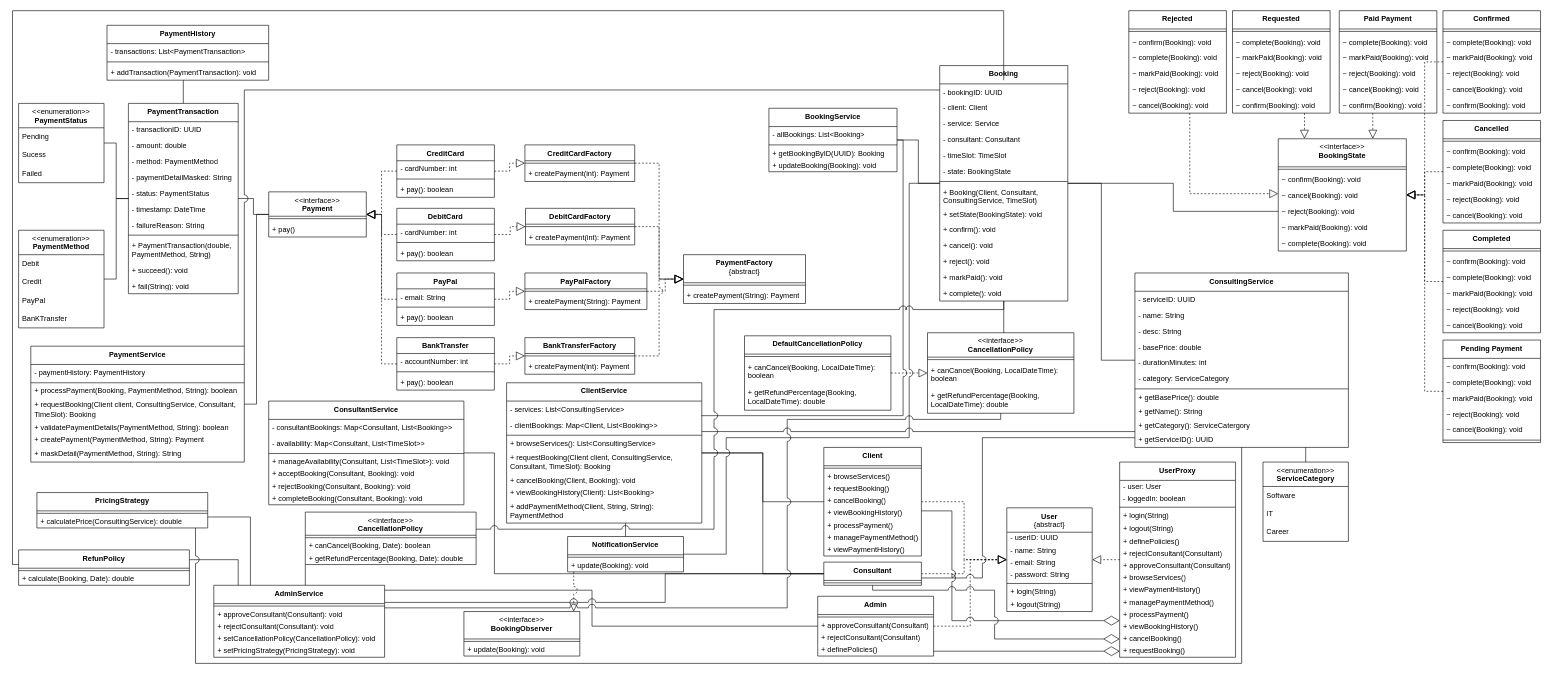
Before: page "Page-2" (2 of 2) of diagrams/EECS3311_UML.drawio in K1fight/EECS3311Project, a draw.io diagram. Source tidied: cells renumbered, new cells numbered last; positions are measured from the earlier drawing's top-left corner, leaving out a move shared by most shapes. Both pictures are drawn from the tidied source at 61%, with x=0, y=0 at pixel (12, 10).
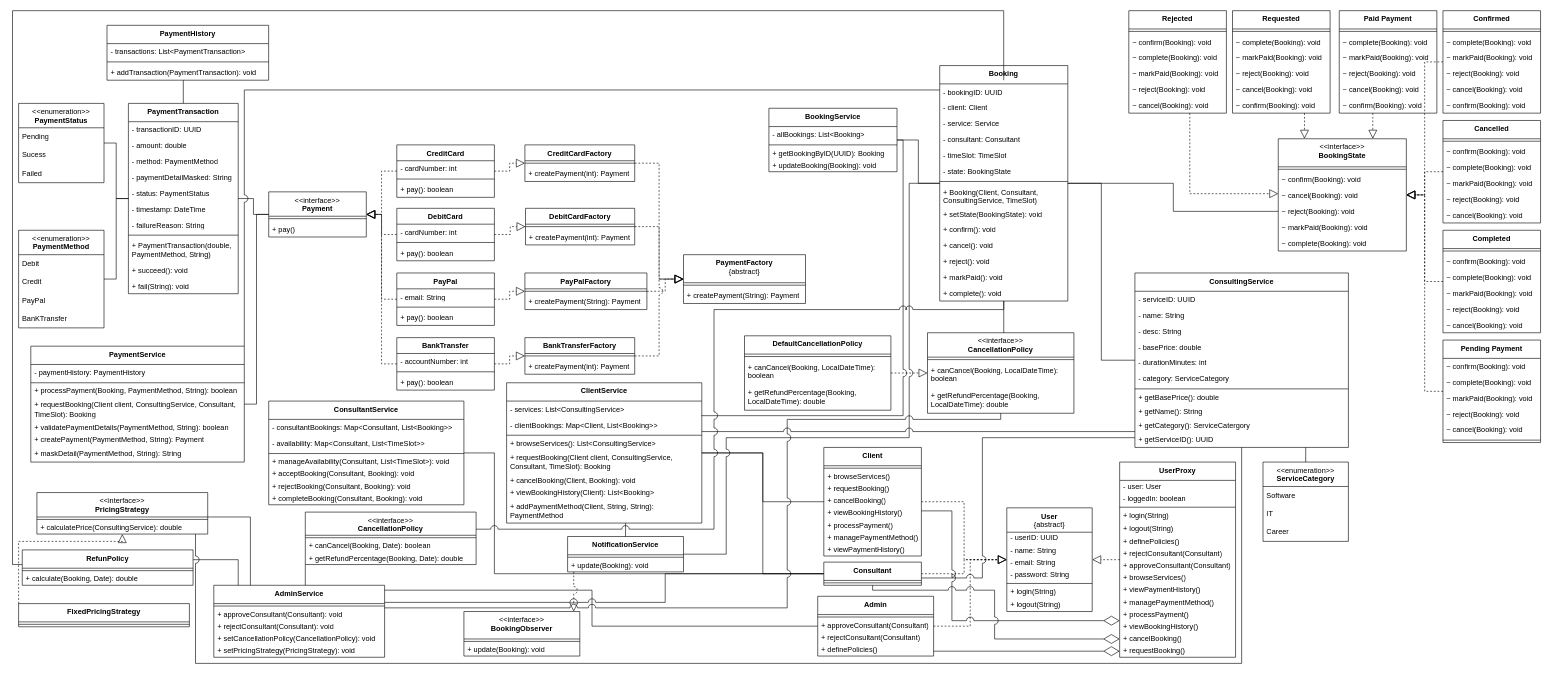
The same page after the edit.

Change to the diagram source:
```diff
@@
-    <mxCell id="281" value="&lt;b&gt;PricingStrategy&lt;/b&gt;" style="swimlane;fontStyle=0;align=center;verticalAlign=top;horizontal=1;startSize=30;html=1;whiteSpace=wrap;" parent="1" vertex="1">
-      <mxGeometry x="40" y="790" width="280" height="58" as="geometry" />
+    <mxCell id="281" value="&lt;div&gt;&amp;lt;&amp;lt;interface&amp;gt;&amp;gt;&lt;b&gt;&lt;br&gt;&lt;/b&gt;&lt;/div&gt;&lt;b&gt;PricingStrategy&lt;/b&gt;" style="swimlane;fontStyle=0;align=center;verticalAlign=top;horizontal=1;startSize=40;html=1;whiteSpace=wrap;" parent="1" vertex="1">
+      <mxGeometry x="40" y="790" width="280" height="68" as="geometry" />
     </mxCell>
     <mxCell id="282" style="line;strokeWidth=1;fillColor=none;align=left;verticalAlign=middle;spacingTop=-1;spacingLeft=3;spacingRight=3;labelPosition=right;" parent="281" vertex="1">
-      <mxGeometry y="30" width="280" height="8" as="geometry" />
+      <mxGeometry y="40" width="280" height="8" as="geometry" />
     </mxCell>
     <mxCell id="283" value="+ calculatePrice(ConsultingService): double" style="text;html=1;strokeColor=none;fillColor=none;align=left;verticalAlign=middle;spacingLeft=4;spacingRight=4;overflow=hidden;whiteSpace=wrap;" parent="281" vertex="1">
-      <mxGeometry y="38" width="280" height="20" as="geometry" />
+      <mxGeometry y="48" width="280" height="20" as="geometry" />
     </mxCell>
@@
     <mxCell id="299" value="&lt;b&gt;RefunPolicy&lt;/b&gt;" style="swimlane;fontStyle=0;align=center;verticalAlign=top;horizontal=1;startSize=30;html=1;whiteSpace=wrap;" parent="1" vertex="1">
-      <mxGeometry x="10" y="884" width="280" height="58" as="geometry" />
+      <mxGeometry x="16" y="884" width="280" height="58" as="geometry" />
     </mxCell>
@@
+    <mxCell id="304" value="&lt;b&gt;FixedPricingStrategy&lt;/b&gt;" style="swimlane;fontStyle=0;align=center;verticalAlign=top;horizontal=1;startSize=30;html=1;whiteSpace=wrap;" parent="1" vertex="1">
+      <mxGeometry x="10" y="972" width="280" height="38" as="geometry" />
+    </mxCell>
+    <mxCell id="305" style="line;strokeWidth=1;fillColor=none;align=left;verticalAlign=middle;spacingTop=-1;spacingLeft=3;spacingRight=3;labelPosition=right;" parent="304" vertex="1">
+      <mxGeometry y="30" width="280" height="8" as="geometry" />
+    </mxCell>
+    <mxCell id="306" style="endArrow=block;dashed=1;endFill=0;endSize=12;html=1;rounded=0;edgeStyle=orthogonalEdgeStyle;" parent="1" edge="1" source="304" target="281">
+      <mxGeometry relative="1" as="geometry">
+        <Array as="points">
+          <mxPoint x="10" y="870" />
+          <mxPoint x="180" y="870" />
+        </Array>
+      </mxGeometry>
+    </mxCell>
```
